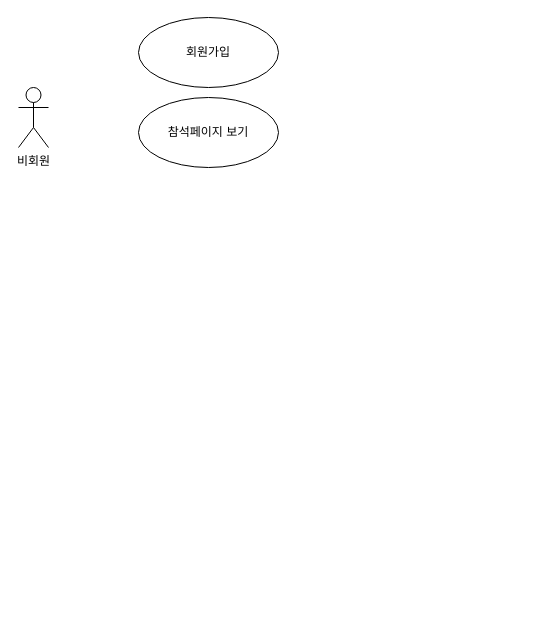
The draw.io diagram 러닝메이트.drawio in kjhchief/planning, before the edit. Source tidied: cells renumbered, new cells numbered last; positions are measured from the earlier drawing's top-left corner, leaving out a move shared by most shapes. Both pictures are drawn from the tidied source at 100%, with x=0, y=0 at pixel (18, 17).
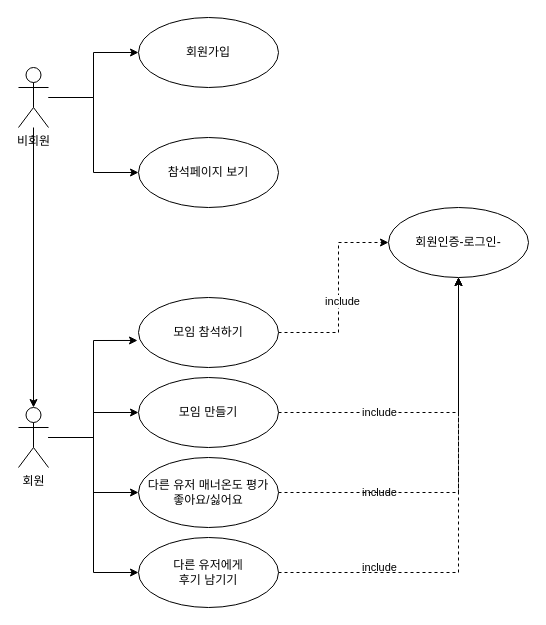
The same page after the edit.

Commit message:
러닝메이트.drawio 업데이트

Unchanged cells that the change refers to:
```xml
<mxCell id="3" value="회원가입" style="ellipse;whiteSpace=wrap;html=1;" parent="1" vertex="1">
  <mxGeometry x="120" width="140" height="70" as="geometry" />
</mxCell>
```

The edit, as a diff of the source:
```diff
@@
+    <mxCell id="5" style="edgeStyle=orthogonalEdgeStyle;rounded=0;jettySize=auto;html=1;entryX=0.5;entryY=0;entryDx=0;entryDy=0;entryPerimeter=0;" parent="1" edge="1" source="2" target="12">
+      <mxGeometry relative="1" as="geometry" />
+    </mxCell>
+    <mxCell id="6" style="edgeStyle=orthogonalEdgeStyle;rounded=0;jettySize=auto;html=1;" parent="1" edge="1" source="2" target="3">
+      <mxGeometry relative="1" as="geometry" />
+    </mxCell>
+    <mxCell id="7" style="edgeStyle=orthogonalEdgeStyle;rounded=0;jettySize=auto;html=1;entryX=0;entryY=0.5;entryDx=0;entryDy=0;" parent="1" edge="1" source="2" target="4">
+      <mxGeometry relative="1" as="geometry" />
+    </mxCell>
     <mxCell id="2" value="비회원&lt;br&gt;" style="shape=umlActor;verticalLabelPosition=bottom;verticalAlign=top;html=1;" parent="1" vertex="1">
-      <mxGeometry y="70" width="30" height="60" as="geometry" />
+      <mxGeometry y="50" width="30" height="60" as="geometry" />
     </mxCell>
@@
     <mxCell id="4" value="참석페이지 보기" style="ellipse;whiteSpace=wrap;html=1;" parent="1" vertex="1">
-      <mxGeometry x="120" y="80" width="140" height="70" as="geometry" />
+      <mxGeometry x="120" y="120" width="140" height="70" as="geometry" />
     </mxCell>
+    <mxCell id="8" style="edgeStyle=orthogonalEdgeStyle;rounded=0;jettySize=auto;html=1;entryX=-0.007;entryY=0.614;entryDx=0;entryDy=0;entryPerimeter=0;" parent="1" edge="1" source="12" target="15">
+      <mxGeometry relative="1" as="geometry" />
+    </mxCell>
+    <mxCell id="9" style="edgeStyle=orthogonalEdgeStyle;rounded=0;jettySize=auto;html=1;entryX=0;entryY=0.5;entryDx=0;entryDy=0;" parent="1" edge="1" source="12" target="20">
+      <mxGeometry relative="1" as="geometry" />
+    </mxCell>
+    <mxCell id="10" style="edgeStyle=orthogonalEdgeStyle;rounded=0;jettySize=auto;html=1;entryX=0;entryY=0.5;entryDx=0;entryDy=0;" parent="1" edge="1" source="12" target="22">
+      <mxGeometry relative="1" as="geometry" />
+    </mxCell>
+    <mxCell id="11" style="edgeStyle=orthogonalEdgeStyle;rounded=0;jettySize=auto;html=1;entryX=0;entryY=0.5;entryDx=0;entryDy=0;" parent="1" edge="1" source="12" target="24">
+      <mxGeometry relative="1" as="geometry" />
+    </mxCell>
+    <mxCell id="12" value="회원" style="shape=umlActor;verticalLabelPosition=bottom;verticalAlign=top;html=1;" parent="1" vertex="1">
+      <mxGeometry y="390" width="30" height="60" as="geometry" />
+    </mxCell>
+    <mxCell id="13" style="edgeStyle=orthogonalEdgeStyle;rounded=0;jettySize=auto;html=1;entryX=0;entryY=0.5;entryDx=0;entryDy=0;dashed=1;" parent="1" edge="1" source="15" target="25">
+      <mxGeometry relative="1" as="geometry">
+        <Array as="points">
+          <mxPoint x="320" y="315" />
+          <mxPoint x="320" y="225" />
+        </Array>
+      </mxGeometry>
+    </mxCell>
+    <mxCell id="14" value="include" style="edgeLabel;html=1;align=center;verticalAlign=middle;" parent="13" vertex="1">
+      <mxGeometry x="-0.08" y="-3" relative="1" as="geometry" />
+    </mxCell>
+    <mxCell id="15" value="모임 참석하기" style="ellipse;whiteSpace=wrap;html=1;" parent="1" vertex="1">
+      <mxGeometry x="120" y="280" width="140" height="70" as="geometry" />
+    </mxCell>
+    <mxCell id="16" style="edgeStyle=orthogonalEdgeStyle;rounded=0;jettySize=auto;html=1;dashed=1;" parent="1" edge="1" source="20" target="25">
+      <mxGeometry relative="1" as="geometry" />
+    </mxCell>
+    <mxCell id="17" value="include" style="edgeLabel;html=1;align=center;verticalAlign=middle;" parent="16" vertex="1">
+      <mxGeometry x="0.4" y="-5" relative="1" as="geometry">
+        <mxPoint x="-85" y="40" as="offset" />
+      </mxGeometry>
+    </mxCell>
+    <mxCell id="18" value="include" style="edgeLabel;html=1;align=center;verticalAlign=middle;" parent="16" vertex="1">
+      <mxGeometry x="0.4" y="-5" relative="1" as="geometry">
+        <mxPoint x="-85" y="120" as="offset" />
+      </mxGeometry>
+    </mxCell>
+    <mxCell id="19" value="include" style="edgeLabel;html=1;align=center;verticalAlign=middle;" parent="16" vertex="1">
+      <mxGeometry x="0.4" y="-5" relative="1" as="geometry">
+        <mxPoint x="-85" y="195" as="offset" />
+      </mxGeometry>
+    </mxCell>
+    <mxCell id="20" value="모임 만들기" style="ellipse;whiteSpace=wrap;html=1;" parent="1" vertex="1">
+      <mxGeometry x="120" y="360" width="140" height="70" as="geometry" />
+    </mxCell>
+    <mxCell id="21" style="edgeStyle=orthogonalEdgeStyle;rounded=0;jettySize=auto;html=1;dashed=1;" parent="1" edge="1" source="22" target="25">
+      <mxGeometry relative="1" as="geometry" />
+    </mxCell>
+    <mxCell id="22" value="다른 유저 매너온도 평가&lt;br&gt;좋아요/싫어요" style="ellipse;whiteSpace=wrap;html=1;" parent="1" vertex="1">
+      <mxGeometry x="120" y="440" width="140" height="70" as="geometry" />
+    </mxCell>
+    <mxCell id="23" style="edgeStyle=orthogonalEdgeStyle;rounded=0;jettySize=auto;html=1;dashed=1;" parent="1" edge="1" source="24" target="25">
+      <mxGeometry relative="1" as="geometry">
+        <Array as="points">
+          <mxPoint x="440" y="555" />
+        </Array>
+      </mxGeometry>
+    </mxCell>
+    <mxCell id="24" value="다른 유저에게&lt;br&gt;후기 남기기" style="ellipse;whiteSpace=wrap;html=1;" parent="1" vertex="1">
+      <mxGeometry x="120" y="520" width="140" height="70" as="geometry" />
+    </mxCell>
+    <mxCell id="25" value="회원인증-로그인-" style="ellipse;whiteSpace=wrap;html=1;" parent="1" vertex="1">
+      <mxGeometry x="370" y="190" width="140" height="70" as="geometry" />
+    </mxCell>
```
